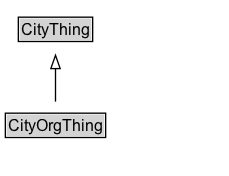
Above: docs/diagrams/CityOrgThing.dot.png in ISO-TC204/ontology-cdm-p2-v1 (Graphviz), before the change. Its source is kept beside it as docs/diagrams/CityOrgThing.dot. Source of this version:
```dot
digraph {
	graph [overlap=false rankdir=TB splines=true]
	node [fontname=Arial fontsize=12 margin=0 shape=none]
	edge [fontname=Arial fontsize=11]
	{
		rank=max
		CityOrgThing [label=<<TABLE BORDER="1" CELLBORDER="0" CELLSPACING="0" CELLPADDING="1"><TR><TD BGCOLOR="lightgray" ALIGN="CENTER" PORT="e">CityOrgThing</TD></TR></TABLE>> URL="../CityOrgThing.md" margin=0]
	}
	subgraph cluster_associated {
		label="" style=invis
		Invis [label=<<TABLE BORDER="0" CELLBORDER="0" CELLSPACING="0" CELLPADDING="1"><TR><TD></TD></TR></TABLE>> margin=0 style=invis]
	}
	CityThing [label=<<TABLE BORDER="1" CELLBORDER="0" CELLSPACING="0" CELLPADDING="1"><TR><TD BGCOLOR="lightgray" ALIGN="CENTER">CityThing</TD></TR></TABLE>> URL="../CityThing.md" margin=0]
	CityOrgThing -> CityThing [arrowhead=onormal style=solid]
}
```
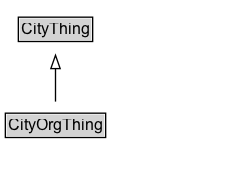
After the change.

Change to the diagram source:
```diff
@@ -3,13 +3,16 @@
 	node [fontname=Arial fontsize=12 margin=0 shape=none]
 	edge [fontname=Arial fontsize=11]
 	{
+		rank=source
+		CityThing [label=<<TABLE BORDER="1" CELLBORDER="0" CELLSPACING="0" CELLPADDING="1"><TR><TD BGCOLOR="lightgray" ALIGN="CENTER">CityThing</TD></TR></TABLE>> URL="../CityThing" margin=0]
+	}
+	CityOrgThing [label=<<TABLE BORDER="1" CELLBORDER="0" CELLSPACING="0" CELLPADDING="1"><TR><TD BGCOLOR="lightgray" ALIGN="CENTER">CityOrgThing</TD></TR></TABLE>> URL="../CityOrgThing" margin=0]
+	{
 		rank=max
-		CityOrgThing [label=<<TABLE BORDER="1" CELLBORDER="0" CELLSPACING="0" CELLPADDING="1"><TR><TD BGCOLOR="lightgray" ALIGN="CENTER" PORT="e">CityOrgThing</TD></TR></TABLE>> URL="../CityOrgThing.md" margin=0]
 	}
 	subgraph cluster_associated {
 		label="" style=invis
 		Invis [label=<<TABLE BORDER="0" CELLBORDER="0" CELLSPACING="0" CELLPADDING="1"><TR><TD></TD></TR></TABLE>> margin=0 style=invis]
 	}
-	CityThing [label=<<TABLE BORDER="1" CELLBORDER="0" CELLSPACING="0" CELLPADDING="1"><TR><TD BGCOLOR="lightgray" ALIGN="CENTER">CityThing</TD></TR></TABLE>> URL="../CityThing.md" margin=0]
 	CityOrgThing -> CityThing [arrowhead=onormal style=solid]
 }
```
